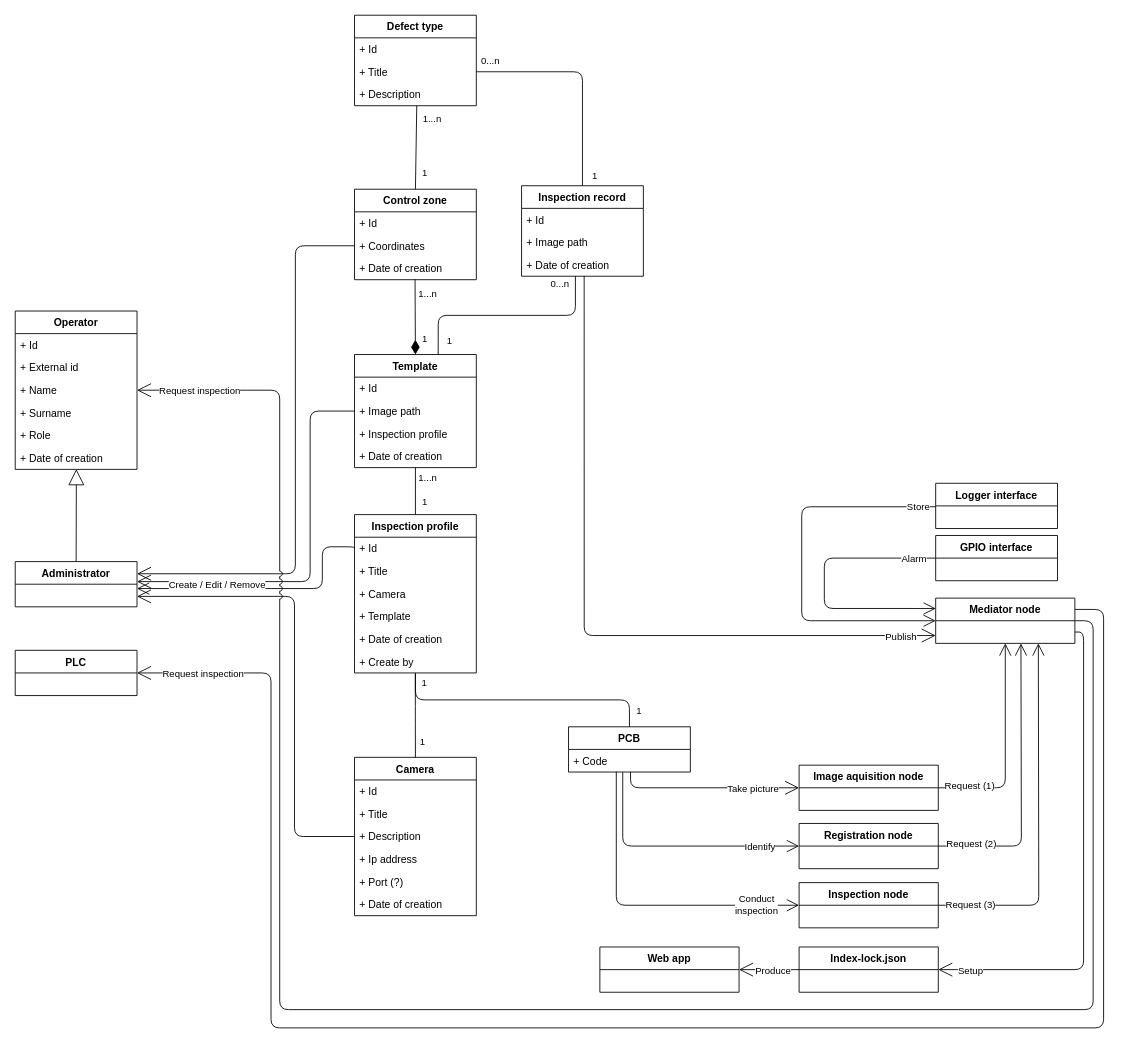
ChrnyaevEK/open-aoi keeps this draw.io diagram as page "Domain model" (4 of 5) of design.drawio. Above is the earlier version. Source tidied: cells renumbered, new cells numbered last; positions are measured from the earlier drawing's top-left corner, leaving out a move shared by most shapes. Both pictures are drawn from the tidied source at 87%, with x=0, y=0 at pixel (15, 15).
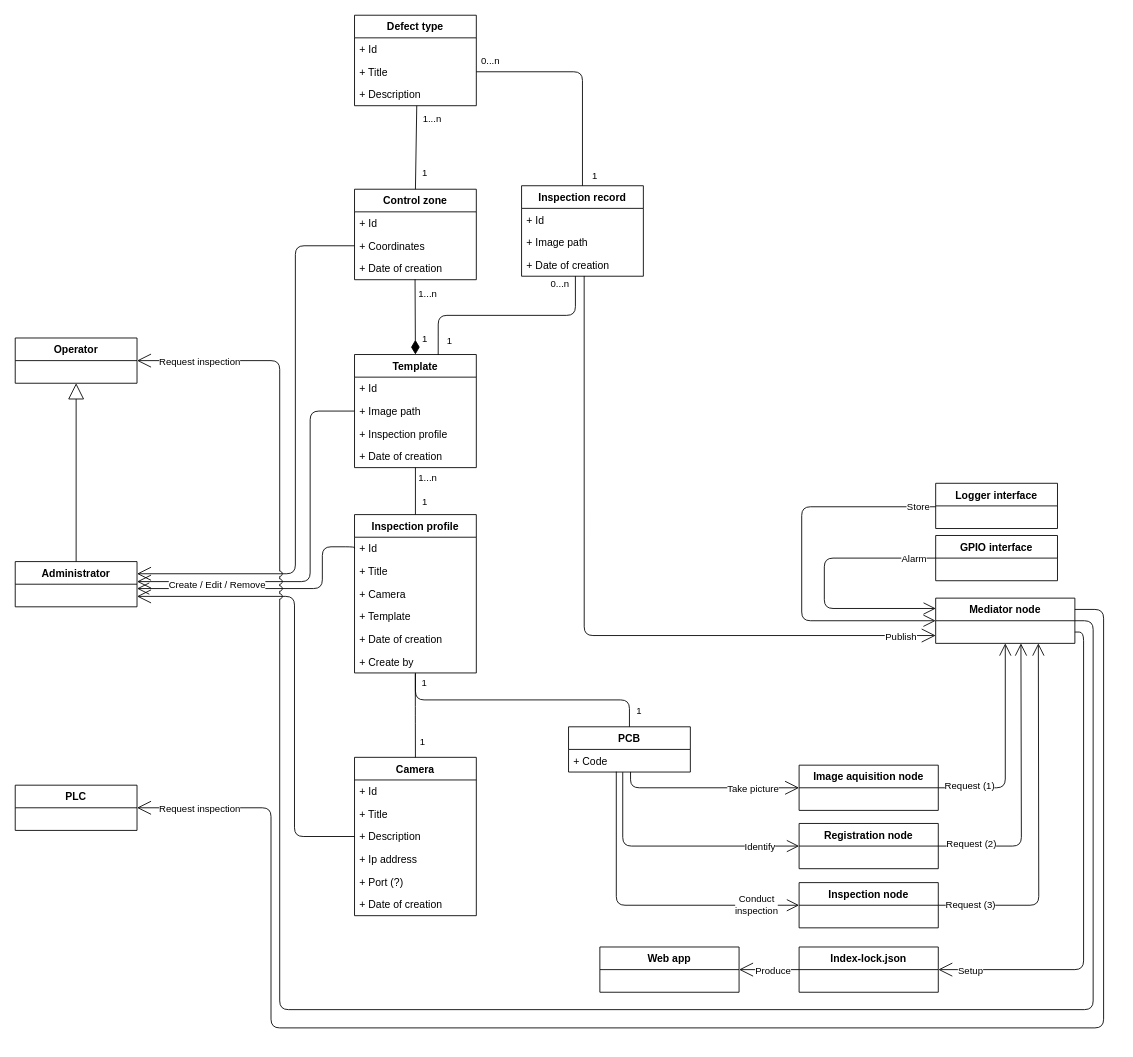
After the change.

The change refers to these unchanged cells:
```xml
<mxCell id="12" value="Administrator" style="swimlane;fontStyle=1;horizontal=1;startSize=26;fillColor=none;" parent="1" vertex="1">
  <mxGeometry y="628" width="140" height="52" as="geometry" />
</mxCell>
<mxCell id="91" value="Mediator node" style="swimlane;fontStyle=1;horizontal=1;startSize=26;fillColor=none;" parent="1" vertex="1">
  <mxGeometry x="1058" y="670" width="160" height="52" as="geometry" />
</mxCell>
```

Change to the diagram source:
```diff
@@
     <mxCell id="2" value="Operator" style="swimlane;fontStyle=1;horizontal=1;startSize=26;fillColor=none;" parent="1" vertex="1">
-      <mxGeometry y="340" width="140" height="182" as="geometry" />
+      <mxGeometry y="371" width="140" height="52" as="geometry" />
     </mxCell>
-    <mxCell id="3" value="+ Id" style="text;strokeColor=none;fillColor=none;align=left;verticalAlign=top;spacingLeft=4;spacingRight=4;overflow=hidden;" parent="2" vertex="1">
-      <mxGeometry y="26" width="140" height="26" as="geometry" />
-    </mxCell>
-    <mxCell id="4" value="+ External id" style="text;strokeColor=none;fillColor=none;align=left;verticalAlign=top;spacingLeft=4;spacingRight=4;overflow=hidden;" parent="2" vertex="1">
-      <mxGeometry y="52" width="140" height="26" as="geometry" />
-    </mxCell>
-    <mxCell id="5" value="+ Name" style="text;strokeColor=none;fillColor=none;align=left;verticalAlign=top;spacingLeft=4;spacingRight=4;overflow=hidden;points=[[0,0.5],[1,0.5]];portConstraint=eastwest;" parent="2" vertex="1">
-      <mxGeometry y="78" width="140" height="26" as="geometry" />
-    </mxCell>
-    <mxCell id="6" value="+ Surname" style="text;strokeColor=none;fillColor=none;align=left;verticalAlign=top;spacingLeft=4;spacingRight=4;overflow=hidden;" parent="2" vertex="1">
-      <mxGeometry y="104" width="140" height="26" as="geometry" />
-    </mxCell>
-    <mxCell id="7" value="+ Role" style="text;strokeColor=none;fillColor=none;align=left;verticalAlign=top;spacingLeft=4;spacingRight=4;overflow=hidden;" parent="2" vertex="1">
-      <mxGeometry y="130" width="140" height="26" as="geometry" />
-    </mxCell>
-    <mxCell id="8" value="+ Date of creation" style="text;strokeColor=none;fillColor=none;align=left;verticalAlign=top;spacingLeft=4;spacingRight=4;overflow=hidden;points=[[0,0.5],[1,0.5]];portConstraint=eastwest;" parent="2" vertex="1">
-      <mxGeometry y="156" width="140" height="26" as="geometry" />
-    </mxCell>
@@
-    <mxCell id="13" style="endArrow=block;endSize=16;endFill=0;html=1;entryX=0.502;entryY=0.987;entryDx=0;entryDy=0;entryPerimeter=0;exitX=0.5;exitY=0;exitDx=0;exitDy=0;" parent="1" edge="1" source="12" target="8">
+    <mxCell id="13" style="endArrow=block;endSize=16;endFill=0;html=1;entryX=0.5;entryY=1;entryDx=0;entryDy=0;exitX=0.5;exitY=0;exitDx=0;exitDy=0;" parent="1" edge="1" source="12" target="2">
       <mxGeometry relative="1" as="geometry" />
     </mxCell>
@@
-    <mxCell id="62" style="edgeStyle=orthogonalEdgeStyle;jumpStyle=arc;jumpSize=6;html=1;strokeWidth=1;startArrow=open;startFill=0;endArrow=none;endFill=0;startSize=14;endSize=12;exitX=1;exitY=0.5;exitDx=0;exitDy=0;entryX=1;entryY=0.5;entryDx=0;entryDy=0;" parent="1" edge="1" source="5" target="91">
+    <mxCell id="62" style="edgeStyle=orthogonalEdgeStyle;jumpStyle=arc;jumpSize=6;html=1;strokeWidth=1;startArrow=open;startFill=0;endArrow=none;endFill=0;startSize=14;endSize=12;exitX=1;exitY=0.5;exitDx=0;exitDy=0;entryX=1;entryY=0.5;entryDx=0;entryDy=0;" parent="1" edge="1" source="2" target="91">
       <mxGeometry relative="1" as="geometry">
         <Array as="points">
-          <mxPoint x="304" y="431" />
+          <mxPoint x="304" y="397" />
           <mxPoint x="304" y="1143" />
           <mxPoint x="1239" y="1143" />
           <mxPoint x="1239" y="696" />
         </Array>
       </mxGeometry>
     </mxCell>
@@
     <mxCell id="92" style="edgeStyle=orthogonalEdgeStyle;jumpStyle=none;jumpSize=6;html=1;entryX=1;entryY=0.25;entryDx=0;entryDy=0;strokeWidth=1;startArrow=open;startFill=0;endArrow=none;endFill=0;startSize=14;endSize=12;" parent="1" edge="1" source="94" target="91">
       <mxGeometry relative="1" as="geometry">
         <Array as="points">
-          <mxPoint x="294" y="756" />
+          <mxPoint x="294" y="911" />
           <mxPoint x="294" y="1164" />
           <mxPoint x="1251" y="1164" />
           <mxPoint x="1251" y="683" />
         </Array>
       </mxGeometry>
     </mxCell>
@@
     <mxCell id="94" value="PLC" style="swimlane;fontStyle=1;horizontal=1;startSize=26;fillColor=none;" parent="1" vertex="1">
-      <mxGeometry y="730" width="140" height="52" as="geometry" />
+      <mxGeometry y="885" width="140" height="52" as="geometry" />
     </mxCell>
```
